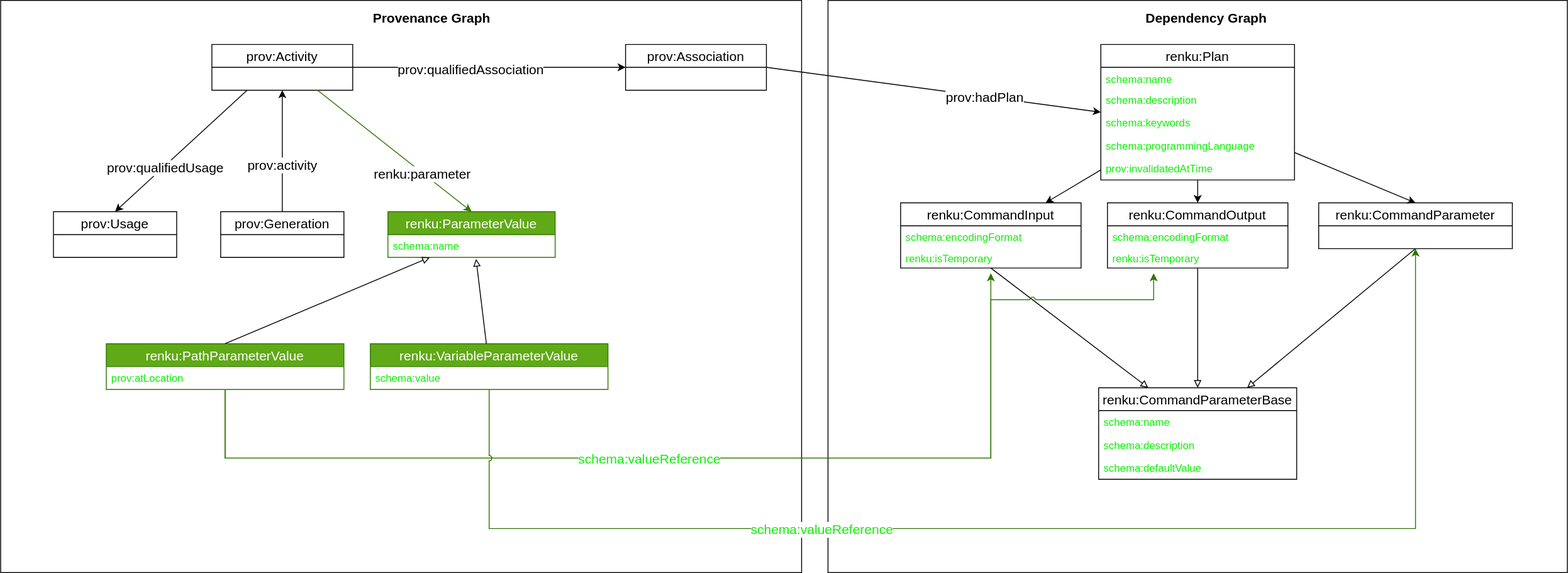
Earlier version of the draw.io export design/001-new-workflow-commands/run-metadata.svg (SwissDataScienceCenter/renku-python). Source tidied: cells renumbered, new cells last; positions are measured from the earlier drawing's top-left corner, leaving out a move shared by most shapes.
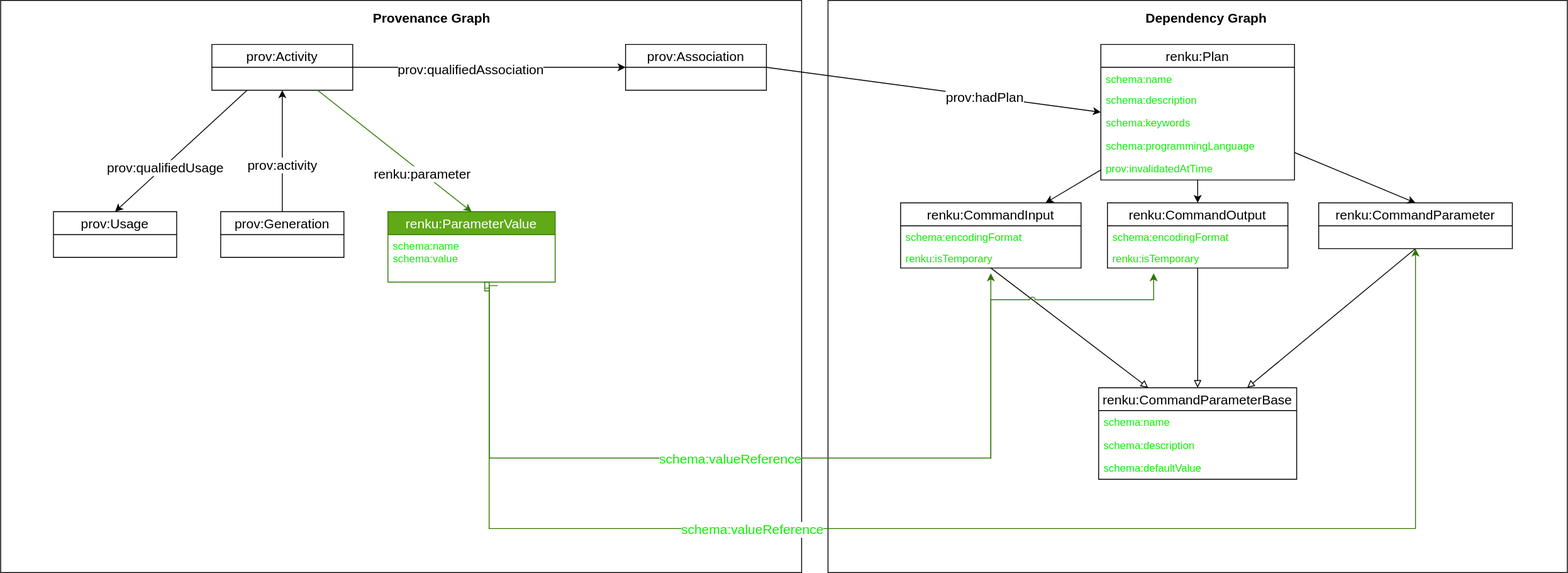
Above is the later version.

The edit, as a diff of the source:
```diff
@@ -18,7 +18,7 @@
       <mxGeometry x="250" y="240" width="140" height="52" as="geometry" />
     </mxCell>
     <mxCell id="7" value="renku:ParameterValue" style="swimlane;fontStyle=0;horizontal=1;startSize=26;fillColor=#60a917;fontSize=15;strokeColor=#2D7600;fontColor=#ffffff;" parent="1" vertex="1">
-      <mxGeometry x="440" y="240" width="190" height="52" as="geometry" />
+      <mxGeometry x="440" y="240" width="190" height="80" as="geometry" />
     </mxCell>
     <mxCell id="8" style="endArrow=classic;html=1;fontSize=15;exitX=0.25;exitY=1;exitDx=0;exitDy=0;entryX=0.5;entryY=0;entryDx=0;entryDy=0;" parent="1" edge="1" source="4" target="5">
       <mxGeometry relative="1" as="geometry" />
@@ -38,21 +38,9 @@
     <mxCell id="13" value="renku:parameter" style="edgeLabel;html=1;align=center;verticalAlign=middle;fontSize=15;" parent="12" vertex="1">
       <mxGeometry x="0.37" y="-1" relative="1" as="geometry" />
     </mxCell>
-    <mxCell id="14" value="renku:PathParameterValue" style="swimlane;fontStyle=0;horizontal=1;startSize=26;fillColor=#60a917;fontSize=15;strokeColor=#2D7600;fontColor=#ffffff;" parent="1" vertex="1">
-      <mxGeometry x="120" y="390" width="270" height="52" as="geometry" />
-    </mxCell>
-    <mxCell id="15" value="prov:atLocation" style="text;strokeColor=none;fillColor=none;align=left;verticalAlign=top;spacingLeft=4;spacingRight=4;overflow=hidden;fontColor=#0DF005;" parent="14" vertex="1">
-      <mxGeometry y="26" width="270" height="26" as="geometry" />
-    </mxCell>
-    <mxCell id="16" value="schema:name" style="text;strokeColor=none;fillColor=none;align=left;verticalAlign=top;spacingLeft=4;spacingRight=4;overflow=hidden;points=[[0,0.5],[1,0.5]];portConstraint=eastwest;fontColor=#0DF005;" parent="1" vertex="1">
-      <mxGeometry x="440" y="266" width="190" height="26" as="geometry" />
+    <mxCell id="16" value="schema:name&#10;schema:value" style="text;strokeColor=none;fillColor=none;align=left;verticalAlign=top;spacingLeft=4;spacingRight=4;overflow=hidden;points=[[0,0.5],[1,0.5]];portConstraint=eastwest;fontColor=#0DF005;" parent="1" vertex="1">
+      <mxGeometry x="440" y="266" width="190" height="54" as="geometry" />
     </mxCell>
-    <mxCell id="17" value="renku:VariableParameterValue" style="swimlane;fontStyle=0;horizontal=1;startSize=26;fillColor=#60a917;fontSize=15;strokeColor=#2D7600;fontColor=#ffffff;" parent="1" vertex="1">
-      <mxGeometry x="420" y="390" width="270" height="52" as="geometry" />
-    </mxCell>
-    <mxCell id="18" value="schema:value" style="text;strokeColor=none;fillColor=none;align=left;verticalAlign=top;spacingLeft=4;spacingRight=4;overflow=hidden;fontColor=#0DF005;" parent="17" vertex="1">
-      <mxGeometry y="26" width="270" height="26" as="geometry" />
-    </mxCell>
     <mxCell id="19" style="rounded=0;whiteSpace=wrap;html=1;fontSize=15;" parent="1" vertex="1">
       <mxGeometry x="940" width="840" height="650" as="geometry" />
     </mxCell>
@@ -68,7 +56,7 @@
     <mxCell id="23" style="edgeStyle=none;rounded=0;jettySize=auto;html=1;entryX=0.5;entryY=0;entryDx=0;entryDy=0;endArrow=classic;endFill=1;fontSize=15;" parent="1" edge="1" source="24" target="43">
       <mxGeometry relative="1" as="geometry" />
     </mxCell>
-    <mxCell id="24" value="renku:Run" style="swimlane;fontStyle=0;horizontal=1;startSize=26;fillColor=none;fontSize=15;" parent="1" vertex="1">
+    <mxCell id="24" value="renku:Plan" style="swimlane;fontStyle=0;horizontal=1;startSize=26;fillColor=none;fontSize=15;" parent="1" vertex="1">
       <mxGeometry x="1250" y="50" width="220" height="154" as="geometry" />
     </mxCell>
     <mxCell id="25" value="schema:name" style="text;strokeColor=none;fillColor=none;align=left;verticalAlign=top;spacingLeft=4;spacingRight=4;overflow=hidden;fontColor=#0DF005;" parent="24" vertex="1">
@@ -86,12 +74,6 @@
     <mxCell id="29" value="prov:invalidatedAtTime" style="text;strokeColor=none;fillColor=none;align=left;verticalAlign=top;spacingLeft=4;spacingRight=4;overflow=hidden;fontColor=#0DF005;" parent="24" vertex="1">
       <mxGeometry y="128" width="220" height="26" as="geometry" />
     </mxCell>
-    <mxCell id="30" style="endArrow=block;html=1;fontSize=15;exitX=0.5;exitY=0;exitDx=0;exitDy=0;entryX=0.25;entryY=1;entryDx=0;entryDy=0;endFill=0;" parent="1" edge="1" source="14" target="7">
-      <mxGeometry relative="1" as="geometry" />
-    </mxCell>
-    <mxCell id="31" style="endArrow=block;html=1;fontSize=15;entryX=0.527;entryY=1.066;entryDx=0;entryDy=0;entryPerimeter=0;endFill=0;" parent="1" edge="1" source="17" target="16">
-      <mxGeometry relative="1" as="geometry" />
-    </mxCell>
     <mxCell id="32" value="prov:Association" style="swimlane;fontStyle=0;horizontal=1;startSize=26;fillColor=none;fontSize=15;" parent="1" vertex="1">
       <mxGeometry x="710" y="50" width="160" height="52" as="geometry" />
     </mxCell>
@@ -125,10 +107,10 @@
     <mxCell id="42" value="renku:isTemporary" style="text;strokeColor=none;fillColor=none;align=left;verticalAlign=top;spacingLeft=4;spacingRight=4;overflow=hidden;fontColor=#0DF005;" parent="40" vertex="1">
       <mxGeometry y="50" width="205" height="24" as="geometry" />
     </mxCell>
-    <mxCell id="43" value="renku:CommandArgument" style="swimlane;fontStyle=0;horizontal=1;startSize=26;fillColor=none;fontSize=15;" parent="1" vertex="1">
+    <mxCell id="43" value="renku:CommandParameter" style="swimlane;fontStyle=0;horizontal=1;startSize=26;fillColor=none;fontSize=15;" parent="1" vertex="1">
       <mxGeometry x="1497.5" y="230" width="220" height="52" as="geometry" />
     </mxCell>
-    <mxCell id="44" value="renku:CommandParameter" style="swimlane;fontStyle=0;horizontal=1;startSize=26;fillColor=none;fontSize=15;" parent="1" vertex="1">
+    <mxCell id="44" value="renku:CommandParameterBase" style="swimlane;fontStyle=0;horizontal=1;startSize=26;fillColor=none;fontSize=15;" parent="1" vertex="1">
       <mxGeometry x="1247.5" y="440" width="225" height="104" as="geometry" />
     </mxCell>
     <mxCell id="45" value="schema:name" style="text;strokeColor=none;fillColor=none;align=left;verticalAlign=top;spacingLeft=4;spacingRight=4;overflow=hidden;fontColor=#0DF005;" parent="44" vertex="1">
@@ -149,20 +131,24 @@
     <mxCell id="50" style="endArrow=block;html=1;fontSize=15;exitX=0.5;exitY=1;exitDx=0;exitDy=0;entryX=0.75;entryY=0;entryDx=0;entryDy=0;endFill=0;" parent="1" edge="1" source="43" target="44">
       <mxGeometry relative="1" as="geometry" />
     </mxCell>
-    <mxCell id="51" style="edgeStyle=orthogonalEdgeStyle;rounded=0;jettySize=auto;html=1;endArrow=classic;endFill=1;fontSize=15;fillColor=#60a917;strokeColor=#2D7600;" parent="1" edge="1" source="14">
+    <mxCell id="51" style="edgeStyle=orthogonalEdgeStyle;rounded=0;jettySize=auto;html=1;endArrow=classic;endFill=1;fontSize=15;fillColor=#60a917;strokeColor=#2D7600;exitX=0.656;exitY=1.074;exitDx=0;exitDy=0;exitPerimeter=0;" parent="1" edge="1" source="16">
       <mxGeometry relative="1" as="geometry">
         <mxPoint x="1125" y="310" as="targetPoint" />
         <Array as="points">
-          <mxPoint x="255" y="520" />
+          <mxPoint x="555" y="324" />
+          <mxPoint x="555" y="520" />
           <mxPoint x="1125" y="520" />
         </Array>
       </mxGeometry>
     </mxCell>
-    <mxCell id="52" style="edgeStyle=orthogonalEdgeStyle;rounded=0;jettySize=auto;html=1;endArrow=classic;endFill=1;fontSize=15;jumpStyle=arc;fillColor=#60a917;strokeColor=#2D7600;" parent="1" edge="1" source="14">
+    <mxCell id="52" style="edgeStyle=orthogonalEdgeStyle;rounded=0;orthogonalLoop=1;jettySize=auto;html=1;endArrow=classic;endFill=1;fontSize=15;jumpStyle=arc;fillColor=#60a917;strokeColor=#2D7600;" parent="1" edge="1">
       <mxGeometry relative="1" as="geometry">
+        <mxPoint x="555" y="330" as="sourcePoint" />
         <mxPoint x="1310" y="310" as="targetPoint" />
         <Array as="points">
-          <mxPoint x="255" y="520" />
+          <mxPoint x="550" y="320" />
+          <mxPoint x="555" y="320" />
+          <mxPoint x="555" y="520" />
           <mxPoint x="1125" y="520" />
           <mxPoint x="1125" y="340" />
           <mxPoint x="1310" y="340" />
@@ -172,9 +158,10 @@
     <mxCell id="53" value="schema:valueReference" style="edgeLabel;html=1;align=center;verticalAlign=middle;fontSize=15;fontColor=#0DF005;" parent="52" vertex="1">
       <mxGeometry x="-0.17" relative="1" as="geometry" />
     </mxCell>
-    <mxCell id="54" style="edgeStyle=orthogonalEdgeStyle;rounded=0;jettySize=auto;html=1;entryX=0.5;entryY=1;entryDx=0;entryDy=0;endArrow=classic;endFill=1;fontSize=15;jumpStyle=arc;fillColor=#60a917;strokeColor=#2D7600;" parent="1" edge="1" source="17" target="43">
+    <mxCell id="54" style="edgeStyle=orthogonalEdgeStyle;rounded=0;jettySize=auto;html=1;entryX=0.5;entryY=1;entryDx=0;entryDy=0;endArrow=classic;endFill=1;fontSize=15;jumpStyle=arc;fillColor=#60a917;strokeColor=#2D7600;exitX=0.582;exitY=1.128;exitDx=0;exitDy=0;exitPerimeter=0;" parent="1" edge="1" source="16" target="43">
       <mxGeometry relative="1" as="geometry">
         <Array as="points">
+          <mxPoint x="555" y="327" />
           <mxPoint x="555" y="600" />
           <mxPoint x="1608" y="600" />
         </Array>
```
